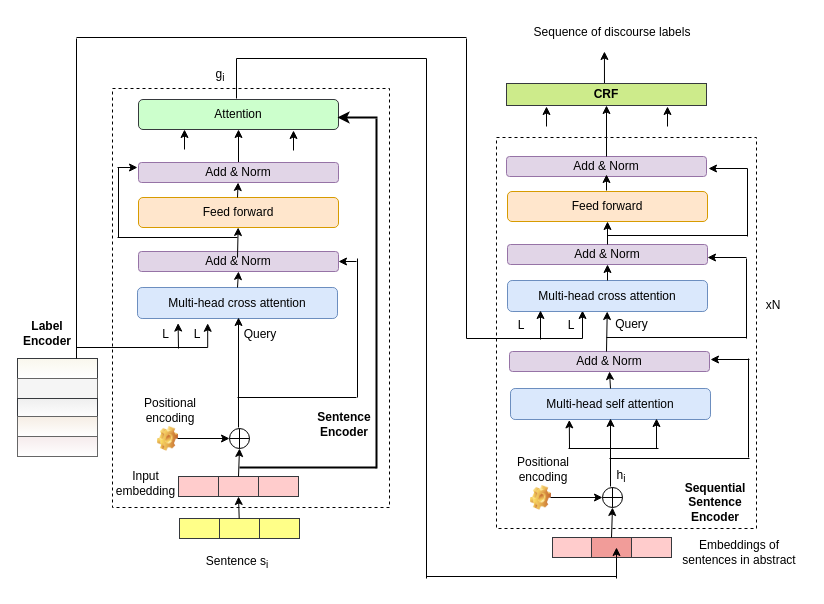
Before: liht.drawio in dksanyal/Abstract2StructuredAbstract, a draw.io diagram. Source tidied: cells renumbered, new cells numbered last; positions are measured from the earlier drawing's top-left corner, leaving out a move shared by most shapes. Both pictures are drawn from the tidied source at 100%, with x=0, y=0 at pixel (17, 17).
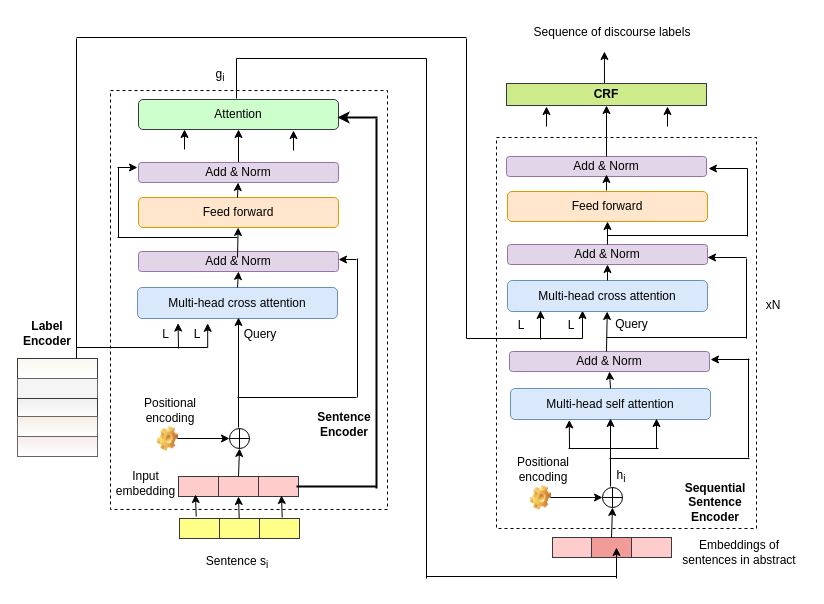
After the change.

Unchanged cells that the change refers to:
```xml
<mxCell id="23" value="Add &amp;amp; Norm" style="rounded=1;whiteSpace=wrap;html=1;fillColor=#e1d5e7;strokeColor=#9673a6;" parent="1" vertex="1">
  <mxGeometry x="121" y="234" width="200" height="20" as="geometry" />
</mxCell>
```

The edit, as a diff of the source:
```diff
@@
     <mxCell id="3" style="rounded=0;whiteSpace=wrap;html=1;dashed=1;" parent="1" vertex="1">
-      <mxGeometry x="95" y="71" width="277" height="419" as="geometry" />
+      <mxGeometry x="93" y="73" width="277" height="419" as="geometry" />
     </mxCell>
@@
-    <mxCell id="32" style="endArrow=classic;html=1;rounded=0;entryX=1;entryY=0.5;entryDx=0;entryDy=0;" parent="1" edge="1" target="23">
+    <mxCell id="32" style="endArrow=classic;html=1;rounded=0;entryX=1;entryY=0.5;entryDx=0;entryDy=0;" parent="1" edge="1">
       <mxGeometry relative="1" as="geometry">
-        <mxPoint x="339" y="244" as="sourcePoint" />
+        <mxPoint x="339" y="242" as="sourcePoint" />
+        <mxPoint x="321" y="242" as="targetPoint" />
       </mxGeometry>
     </mxCell>
@@
     <mxCell id="104" style="endArrow=none;html=1;rounded=0;strokeWidth=2;" parent="1" edge="1">
       <mxGeometry relative="1" as="geometry">
-        <mxPoint x="222" y="450" as="sourcePoint" />
-        <mxPoint x="359" y="450" as="targetPoint" />
+        <mxPoint x="279" y="469" as="sourcePoint" />
+        <mxPoint x="359" y="469" as="targetPoint" />
       </mxGeometry>
     </mxCell>
-    <mxCell id="105" style="endArrow=none;html=1;rounded=0;fontSize=12;strokeWidth=2;" parent="1" edge="1">
-      <mxGeometry relative="1" as="geometry">
-        <mxPoint x="359" y="451" as="sourcePoint" />
-        <mxPoint x="359" y="101" as="targetPoint" />
-      </mxGeometry>
-    </mxCell>
@@
+    <mxCell id="107" style="endArrow=none;html=1;rounded=0;fontSize=12;strokeWidth=2;" parent="1" edge="1">
+      <mxGeometry relative="1" as="geometry">
+        <mxPoint x="359" y="471" as="sourcePoint" />
+        <mxPoint x="359" y="101" as="targetPoint" />
+      </mxGeometry>
+    </mxCell>
+    <mxCell id="108" style="endArrow=classic;html=1;rounded=0;entryX=0.75;entryY=1;entryDx=0;entryDy=0;" parent="1" edge="1">
+      <mxGeometry relative="1" as="geometry">
+        <mxPoint x="264.7" y="500" as="sourcePoint" />
+        <mxPoint x="264" y="478" as="targetPoint" />
+      </mxGeometry>
+    </mxCell>
+    <mxCell id="109" style="endArrow=classic;html=1;rounded=0;entryX=0.75;entryY=1;entryDx=0;entryDy=0;" parent="1" edge="1">
+      <mxGeometry relative="1" as="geometry">
+        <mxPoint x="178.7" y="499" as="sourcePoint" />
+        <mxPoint x="178" y="477" as="targetPoint" />
+      </mxGeometry>
+    </mxCell>
```
